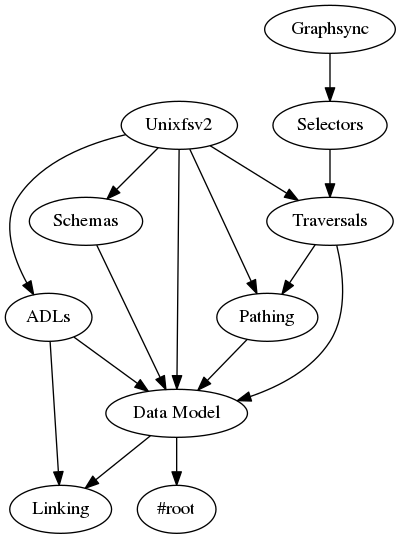
Above: components/component-dependencies.png in ipld/ipld (Graphviz), before the change. Its source is kept beside it as components/component-dependencies.dot.
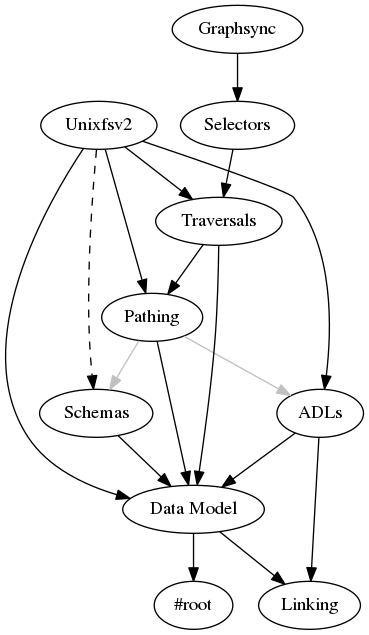
After the commit.

Commit message:
More connections for pathing.

I thought, when I was typing the graph, that this might render very confusingly.

Turns out... I actually really like this.  Yes: it is accurate to
perceive pathing as a relatively high-level construct.

Diff of the diagram source:
```diff
@@ -7,6 +7,8 @@
 	"Selectors" -> "Traversals"
 	"Graphsync" -> "Selectors"
 	"Unixfsv2" -> {"Pathing", "Data Model", "Traversals", "ADLs"}
-	"Unixfsv2" -> "Schemas" // dotted line
+	"Unixfsv2" -> "Schemas" [style=dashed]
+	"Pathing" -> {"Schemas", "ADLs"} [color=grey]
 }
 
+
```
